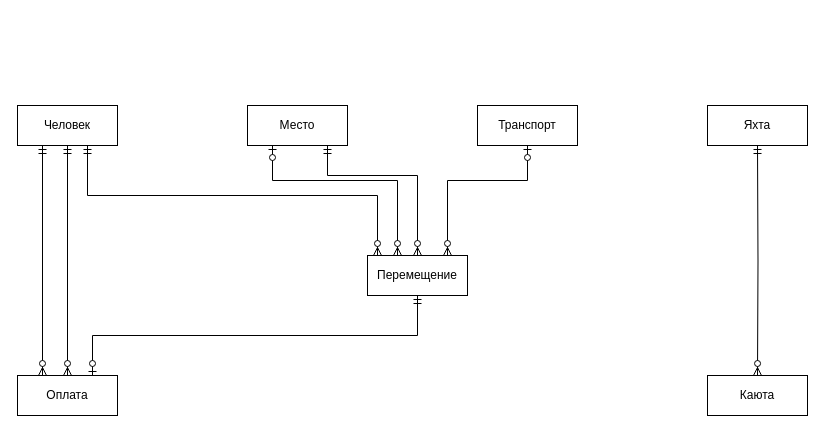
Earlier version of the draw.io diagram lab1/koncept_model.drawio (KirillPetukhov1/ITMO-sem3-BD). Source tidied: cells renumbered, new cells numbered last; positions are measured from the earlier drawing's top-left corner, leaving out a move shared by most shapes. Both pictures are drawn from the tidied source at 100%, with x=0, y=0 at pixel (17, 105).
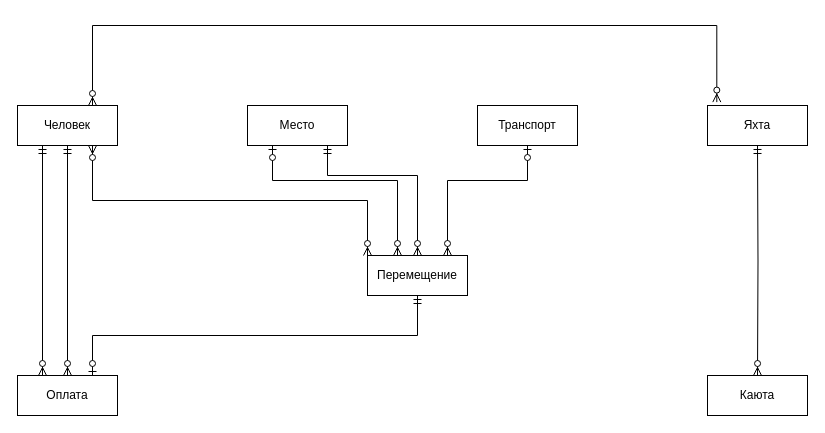
The same page after the edit.

Unchanged cells that the change refers to:
```xml
<mxCell id="2" value="Человек" style="whiteSpace=wrap;html=1;align=center;" parent="1" vertex="1">
  <mxGeometry width="100" height="40" as="geometry" />
</mxCell>
<mxCell id="5" value="Яхта" style="whiteSpace=wrap;html=1;align=center;" parent="1" vertex="1">
  <mxGeometry x="690" width="100" height="40" as="geometry" />
</mxCell>
<mxCell id="7" value="Перемещение" style="whiteSpace=wrap;html=1;align=center;" parent="1" vertex="1">
  <mxGeometry x="350" y="150" width="100" height="40" as="geometry" />
</mxCell>
```

Diff of the diagram source:
```diff
@@
-    <mxCell id="10" style="edgeStyle=orthogonalEdgeStyle;fontSize=12;html=1;endArrow=ERzeroToMany;startArrow=ERmandOne;rounded=0;exitX=0.75;exitY=1;exitDx=0;exitDy=0;" parent="1" edge="1">
-      <mxGeometry relative="1" as="geometry">
-        <mxPoint x="70" y="40" as="sourcePoint" />
-        <mxPoint x="360" y="150" as="targetPoint" />
-        <Array as="points">
-          <mxPoint x="70" y="90" />
-          <mxPoint x="360" y="90" />
-          <mxPoint x="360" y="150" />
-        </Array>
-      </mxGeometry>
-    </mxCell>
@@
+    <mxCell id="17" style="edgeStyle=orthogonalEdgeStyle;fontSize=12;html=1;endArrow=ERzeroToMany;endFill=1;startArrow=ERzeroToMany;rounded=0;elbow=vertical;exitX=0.75;exitY=0;exitDx=0;exitDy=0;entryX=0.093;entryY=-0.085;entryDx=0;entryDy=0;entryPerimeter=0;" parent="1" edge="1" source="2" target="5">
+      <mxGeometry relative="1" as="geometry">
+        <Array as="points">
+          <mxPoint x="75" y="-80" />
+          <mxPoint x="699" y="-80" />
+        </Array>
+      </mxGeometry>
+    </mxCell>
+    <mxCell id="18" style="edgeStyle=elbowEdgeStyle;fontSize=12;html=1;endArrow=ERzeroToMany;endFill=1;startArrow=ERzeroToMany;rounded=0;elbow=vertical;exitX=0;exitY=0;exitDx=0;exitDy=0;entryX=0.75;entryY=1;entryDx=0;entryDy=0;" parent="1" edge="1" source="7" target="2">
+      <mxGeometry relative="1" as="geometry" />
+    </mxCell>
```
